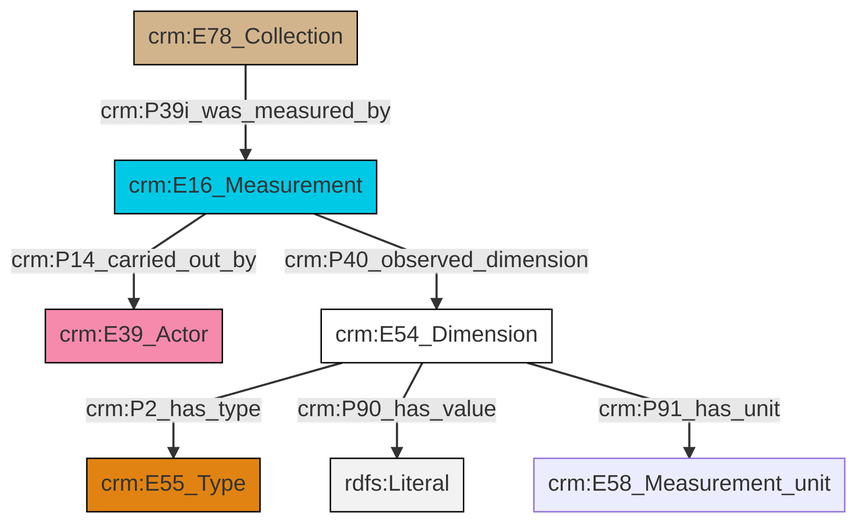
Above: et/archivalCSV/ttl/mmd/png/archival_substance.png in swiss-art-research-net/docs.swissartresearch (Mermaid), before the change. Its source is kept beside it as et/archivalCSV/ttl/mmd/archival_substance.ttl.mmd.
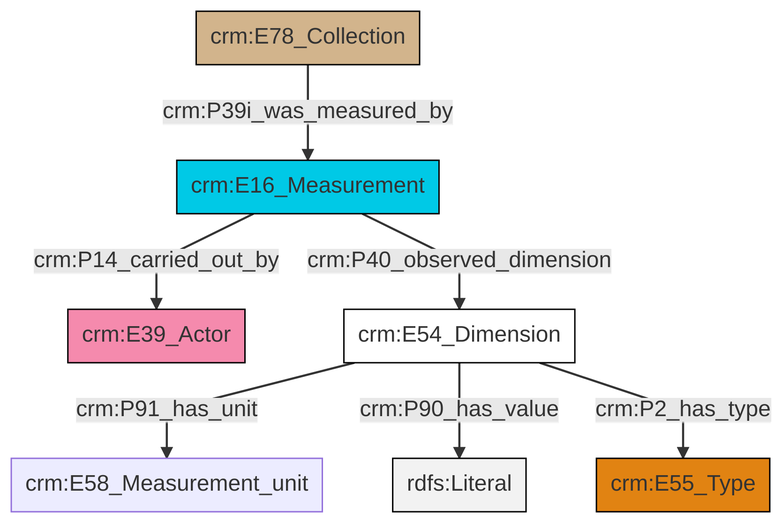
After the change.

Change to the diagram source:
```diff
@@ -13,9 +13,9 @@
 classDef PC_Classes fill:#4ce600, stroke:#000000;
 classDef Multi fill:#cccccc,stroke:#000000;
 
-6["crm:E78_Collection"]:::Physical_Thing -->|crm:P39i_was_measured_by| 2["crm:E16_Measurement"]:::Temporal_Entity
-9["crm:E54_Dimension"]:::CRM_Entity -->|crm:P2_has_type| 4["crm:E55_Type"]:::Type
-9["crm:E54_Dimension"]:::CRM_Entity -->|crm:P90_has_value| 11[rdfs:Literal]:::Literal
-2["crm:E16_Measurement"]:::Temporal_Entity -->|crm:P40_observed_dimension| 9["crm:E54_Dimension"]:::CRM_Entity
-9["crm:E54_Dimension"]:::CRM_Entity -->|crm:P91_has_unit| 7["crm:E58_Measurement_unit"]:::Default
-2["crm:E16_Measurement"]:::Temporal_Entity -->|crm:P14_carried_out_by| 0["crm:E39_Actor"]:::Actor
+2["crm:E54_Dimension"]:::CRM_Entity -->|crm:P91_has_unit| 3["crm:E58_Measurement_unit"]:::Default
+6["crm:E78_Collection"]:::Physical_Thing -->|crm:P39i_was_measured_by| 7["crm:E16_Measurement"]:::Temporal_Entity
+2["crm:E54_Dimension"]:::CRM_Entity -->|crm:P90_has_value| 9[rdfs:Literal]:::Literal
+7["crm:E16_Measurement"]:::Temporal_Entity -->|crm:P40_observed_dimension| 2["crm:E54_Dimension"]:::CRM_Entity
+7["crm:E16_Measurement"]:::Temporal_Entity -->|crm:P14_carried_out_by| 0["crm:E39_Actor"]:::Actor
+2["crm:E54_Dimension"]:::CRM_Entity -->|crm:P2_has_type| 4["crm:E55_Type"]:::Type
```
